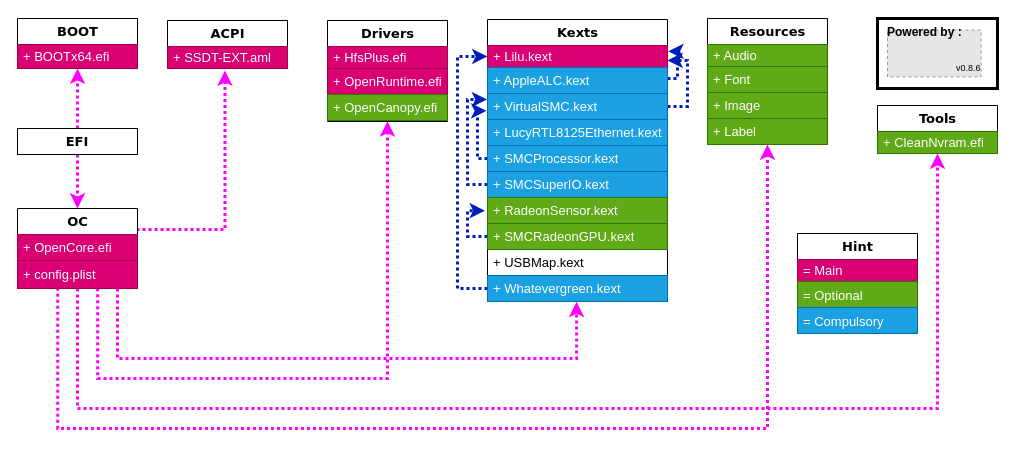
Before: OpenCore.drawio in iamyounix/msimagb460_tomahawk, a draw.io diagram. Source tidied: cells renumbered, new cells numbered last; positions are measured from the earlier drawing's top-left corner, leaving out a move shared by most shapes. Both pictures are drawn from the tidied source at 100%, with x=0, y=0 at pixel (17, 17). Pictures stored in the file or linked from it are replaced by grey dashed boxes.
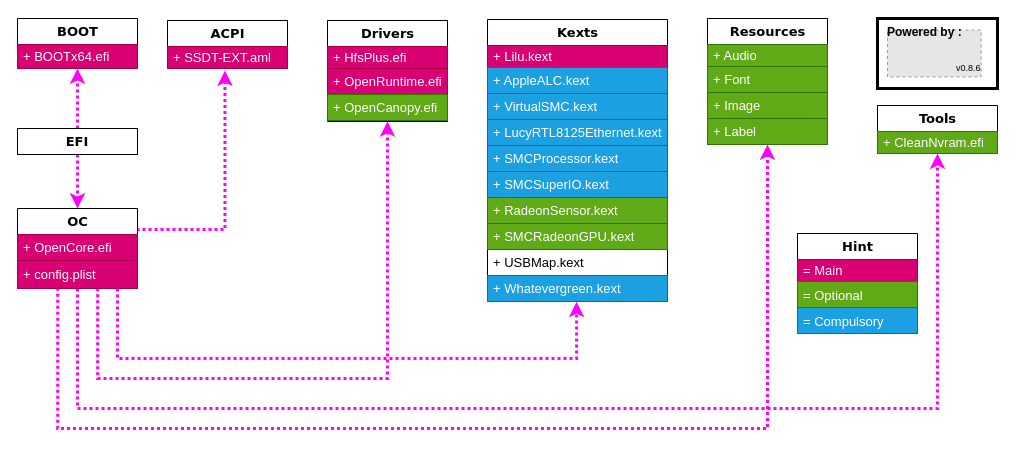
Above is the later version.

Unchanged cells that the change refers to:
```xml
<mxCell id="21" value="Kexts" style="swimlane;html=1;fontStyle=1;align=center;verticalAlign=middle;horizontal=1;startSize=26;swimlaneFillColor=#ffffff;rounded=0;shadow=0;comic=0;labelBackgroundColor=none;strokeWidth=1;fontFamily=Verdana;fontSize=13;" parent="1" vertex="1">
  <mxGeometry x="470" y="2" width="180" height="282" as="geometry" />
</mxCell>
<mxCell id="22" value="+ Lilu.kext" style="text;html=1;strokeColor=#A50040;fillColor=#d80073;align=left;verticalAlign=middle;spacingLeft=4;spacingRight=4;whiteSpace=wrap;overflow=hidden;points=[[0,0.5],[1,0.5]];portConstraint=eastwest;fontSize=13;fontColor=#ffffff;" parent="21" vertex="1">
  <mxGeometry y="26" width="180" height="22" as="geometry" />
</mxCell>
<mxCell id="24" value="+ AppleALC.kext" style="text;html=1;strokeColor=#006EAF;fillColor=#1ba1e2;align=left;verticalAlign=middle;spacingLeft=4;spacingRight=4;whiteSpace=wrap;overflow=hidden;points=[[0,0.5],[1,0.5]];portConstraint=eastwest;fontSize=13;fontColor=#ffffff;" parent="21" vertex="1">
  <mxGeometry y="48" width="180" height="26" as="geometry" />
</mxCell>
<mxCell id="26" value="+ VirtualSMC.kext" style="text;html=1;strokeColor=#006EAF;fillColor=#1ba1e2;align=left;verticalAlign=middle;spacingLeft=4;spacingRight=4;whiteSpace=wrap;overflow=hidden;points=[[0,0.5],[1,0.5]];portConstraint=eastwest;fontSize=13;fontColor=#ffffff;" parent="21" vertex="1">
  <mxGeometry y="74" width="180" height="26" as="geometry" />
</mxCell>
<mxCell id="29" value="+ SMCProcessor.kext" style="text;html=1;strokeColor=#006EAF;fillColor=#1ba1e2;align=left;verticalAlign=middle;spacingLeft=4;spacingRight=4;whiteSpace=wrap;overflow=hidden;points=[[0,0.5],[1,0.5]];portConstraint=eastwest;fontSize=13;fontColor=#ffffff;" parent="21" vertex="1">
  <mxGeometry y="126" width="180" height="26" as="geometry" />
</mxCell>
<mxCell id="31" value="+ SMCSuperIO.kext" style="text;html=1;strokeColor=#006EAF;fillColor=#1ba1e2;align=left;verticalAlign=middle;spacingLeft=4;spacingRight=4;whiteSpace=wrap;overflow=hidden;points=[[0,0.5],[1,0.5]];portConstraint=eastwest;fontSize=13;fontColor=#ffffff;" parent="21" vertex="1">
  <mxGeometry y="152" width="180" height="26" as="geometry" />
</mxCell>
<mxCell id="32" value="+ RadeonSensor.kext" style="text;html=1;strokeColor=#2D7600;fillColor=#60a917;align=left;verticalAlign=middle;spacingLeft=4;spacingRight=4;whiteSpace=wrap;overflow=hidden;points=[[0,0.5],[1,0.5]];portConstraint=eastwest;fontSize=13;fontColor=#ffffff;" parent="21" vertex="1">
  <mxGeometry y="178" width="180" height="26" as="geometry" />
</mxCell>
<mxCell id="34" value="+ SMCRadeonGPU.kext" style="text;html=1;strokeColor=#2D7600;fillColor=#60a917;align=left;verticalAlign=middle;spacingLeft=4;spacingRight=4;whiteSpace=wrap;overflow=hidden;points=[[0,0.5],[1,0.5]];portConstraint=eastwest;fontSize=13;fontColor=#ffffff;" parent="21" vertex="1">
  <mxGeometry y="204" width="180" height="26" as="geometry" />
</mxCell>
<mxCell id="37" value="+ Whatevergreen.kext" style="text;html=1;strokeColor=#006EAF;fillColor=#1ba1e2;align=left;verticalAlign=middle;spacingLeft=4;spacingRight=4;whiteSpace=wrap;overflow=hidden;points=[[0,0.5],[1,0.5]];portConstraint=eastwest;fontSize=13;fontColor=#ffffff;" parent="21" vertex="1">
  <mxGeometry y="256" width="180" height="26" as="geometry" />
</mxCell>
```

Change to the diagram source:
```diff
@@
-    <mxCell id="23" style="edgeStyle=elbowEdgeStyle;rounded=0;jettySize=auto;elbow=vertical;html=1;entryX=1.004;entryY=0.264;entryDx=0;entryDy=0;entryPerimeter=0;dashed=1;dashPattern=1 1;strokeColor=#001DBC;strokeWidth=3;fontSize=9;fillColor=#0050ef;" parent="21" edge="1" source="24" target="22">
-      <mxGeometry relative="1" as="geometry">
-        <Array as="points">
-          <mxPoint x="190" y="59" />
-          <mxPoint x="200" y="49" />
-        </Array>
-      </mxGeometry>
-    </mxCell>
@@
-    <mxCell id="25" style="edgeStyle=elbowEdgeStyle;rounded=0;jettySize=auto;elbow=vertical;html=1;entryX=1;entryY=0.679;entryDx=0;entryDy=0;dashed=1;dashPattern=1 1;strokeColor=#001DBC;strokeWidth=3;fontSize=9;entryPerimeter=0;fillColor=#0050ef;" parent="21" edge="1" source="26" target="22">
-      <mxGeometry relative="1" as="geometry">
-        <Array as="points">
-          <mxPoint x="200" y="59" />
-        </Array>
-      </mxGeometry>
-    </mxCell>
@@
-    <mxCell id="28" style="edgeStyle=elbowEdgeStyle;rounded=0;jettySize=auto;elbow=vertical;html=1;entryX=-0.006;entryY=0.667;entryDx=0;entryDy=0;dashed=1;dashPattern=1 1;strokeColor=#001DBC;strokeWidth=3;fontSize=9;entryPerimeter=0;fillColor=#0050ef;" parent="21" edge="1" source="29" target="26">
-      <mxGeometry relative="1" as="geometry">
-        <Array as="points">
-          <mxPoint x="-10" y="119" />
-        </Array>
-      </mxGeometry>
-    </mxCell>
@@
-    <mxCell id="30" style="edgeStyle=elbowEdgeStyle;rounded=0;jettySize=auto;elbow=vertical;html=1;entryX=-0.002;entryY=0.231;entryDx=0;entryDy=0;dashed=1;dashPattern=1 1;strokeColor=#001DBC;strokeWidth=3;fontSize=9;entryPerimeter=0;fillColor=#0050ef;" parent="21" edge="1" source="31" target="26">
-      <mxGeometry relative="1" as="geometry">
-        <Array as="points">
-          <mxPoint x="-20" y="139" />
-        </Array>
-      </mxGeometry>
-    </mxCell>
@@
-    <mxCell id="33" style="edgeStyle=elbowEdgeStyle;rounded=0;jettySize=auto;elbow=vertical;html=1;entryX=-0.014;entryY=0.508;entryDx=0;entryDy=0;entryPerimeter=0;dashed=1;dashPattern=1 1;strokeColor=#001DBC;strokeWidth=3;fontSize=9;exitX=0;exitY=0.5;exitDx=0;exitDy=0;fillColor=#0050ef;" parent="21" edge="1" source="34" target="32">
-      <mxGeometry relative="1" as="geometry">
-        <Array as="points">
-          <mxPoint x="-20" y="209" />
-        </Array>
-      </mxGeometry>
-    </mxCell>
@@
-    <mxCell id="36" style="edgeStyle=elbowEdgeStyle;rounded=0;jettySize=auto;elbow=vertical;html=1;entryX=0;entryY=0.5;entryDx=0;entryDy=0;dashed=1;dashPattern=1 1;strokeColor=#001DBC;strokeWidth=3;fontSize=9;fillColor=#0050ef;" parent="21" edge="1" source="37" target="22">
-      <mxGeometry relative="1" as="geometry">
-        <Array as="points">
-          <mxPoint x="-30" y="179" />
-        </Array>
-      </mxGeometry>
-    </mxCell>
```
